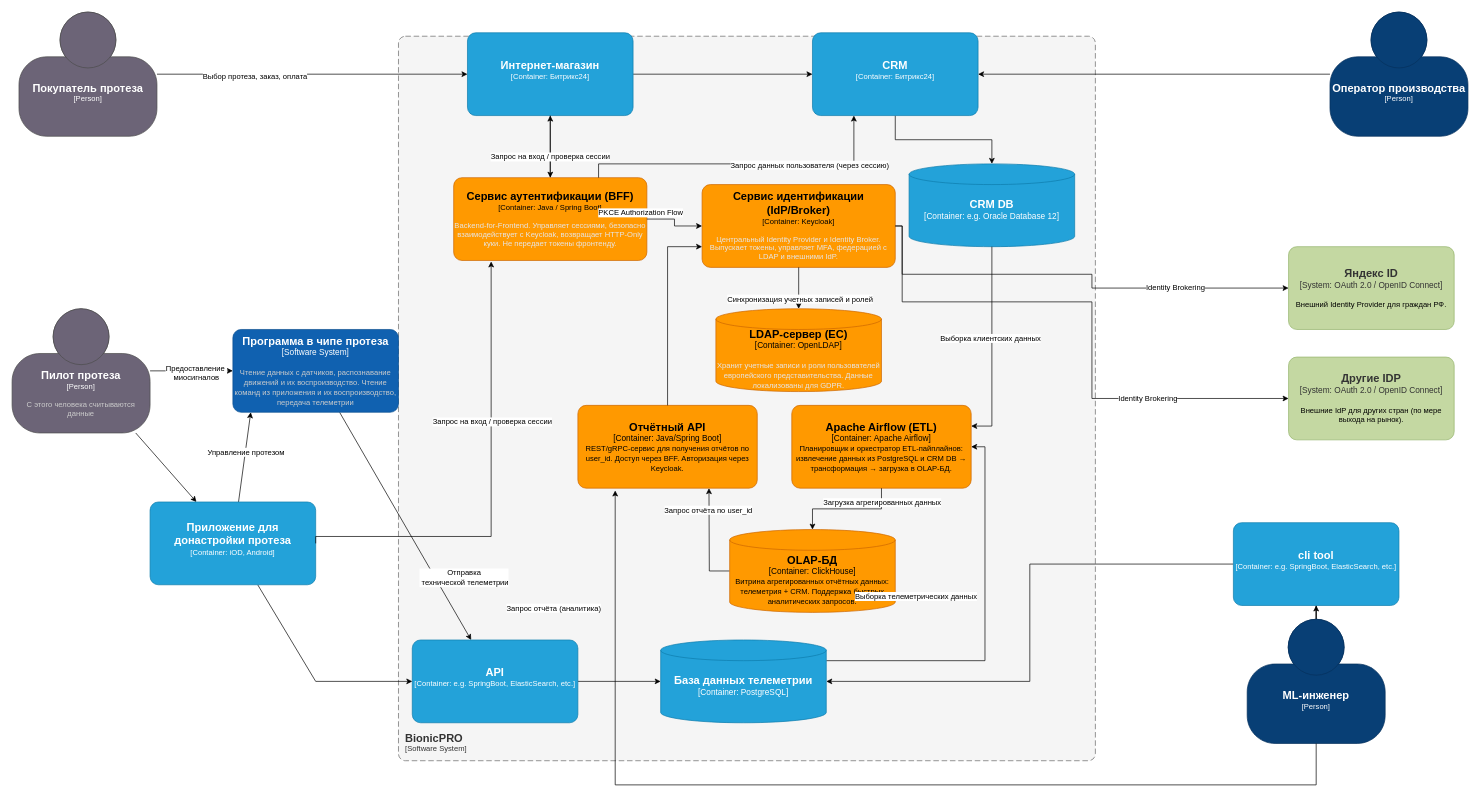
This is task2/BionicPRO_C4_Airflow.drawio from vgarmash/swa-21_architecture-pro-bionicpro-sprint9, a draw.io file, before an edit. Source tidied: cells renumbered, new cells numbered last; positions are measured from the earlier drawing's top-left corner, leaving out a move shared by most shapes. Both pictures are drawn from the tidied source at 69%, with x=0, y=0 at pixel (12, 12).
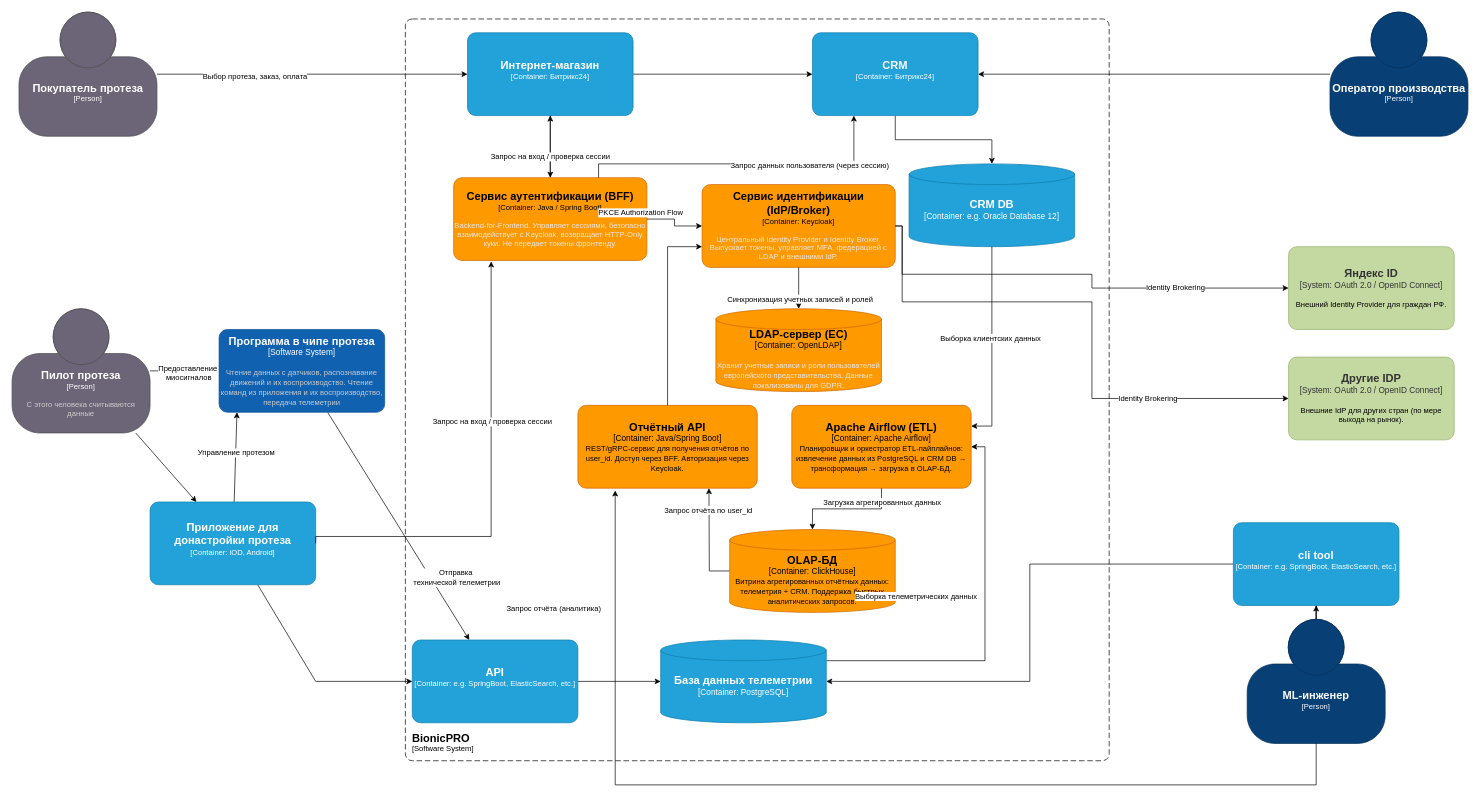
The same diagram, later.

What changed in the source:
```diff
@@
     <object id="2" label="&lt;font style=&quot;font-size: 16px&quot;&gt;&lt;b&gt;&lt;div style=&quot;text-align: left&quot;&gt;%c4Name%&lt;/div&gt;&lt;/b&gt;&lt;/font&gt;&lt;div style=&quot;text-align: left&quot;&gt;[%c4Application%]&lt;/div&gt;" c4Application="Software System" c4Name="BionicPRO" placeholders="1">
-      <mxCell style="rounded=1;fontSize=11;whiteSpace=wrap;html=1;dashed=1;arcSize=20;fillColor=#f5f5f5;strokeColor=#666666;labelBackgroundColor=none;align=left;verticalAlign=bottom;labelBorderColor=none;spacingTop=0;spacing=10;dashPattern=8 4;perimeter=rectanglePerimeter;noLabel=0;labelPadding=0;absoluteArcSize=1;fontColor=#333333;" parent="1" vertex="1">
-        <mxGeometry x="560" y="35" width="1010" height="1050" as="geometry" />
+      <mxCell style="rounded=1;fontSize=11;whiteSpace=wrap;html=1;dashed=1;arcSize=20;labelBackgroundColor=none;align=left;verticalAlign=bottom;labelBorderColor=none;spacingTop=0;spacing=10;dashPattern=8 4;perimeter=rectanglePerimeter;noLabel=0;labelPadding=0;absoluteArcSize=1;" parent="1" vertex="1">
+        <mxGeometry x="570" y="10" width="1020" height="1075" as="geometry" />
       </mxCell>
     </object>
@@
     <object id="9" label="&lt;font style=&quot;font-size: 16px&quot;&gt;&lt;b&gt;%c4Name%&lt;/b&gt;&lt;/font&gt;&lt;div&gt;[%c4Type%]&lt;/div&gt;&lt;br&gt;&lt;div&gt;&lt;font style=&quot;font-size: 11px&quot;&gt;&lt;font color=&quot;#cccccc&quot;&gt;%c4Description%&lt;/font&gt;&lt;/div&gt;" c4Description="Чтение данных с датчиков, распознавание движений и их воспроизводство. Чтение команд из приложения и их воспроизводство, передача телеметрии" c4Name="Программа в чипе протеза" c4Type="Software System" placeholders="1">
       <mxCell style="rounded=1;whiteSpace=wrap;html=1;labelBackgroundColor=none;fillColor=#1061B0;fontColor=#ffffff;align=center;arcSize=10;strokeColor=#0D5091;points=[[0.25,0,0],[0.5,0,0],[0.75,0,0],[1,0.25,0],[1,0.5,0],[1,0.75,0],[0.75,1,0],[0.5,1,0],[0.25,1,0],[0,0.75,0],[0,0.5,0],[0,0.25,0]];" parent="1" vertex="1">
-        <mxGeometry x="320" y="460" width="240" height="120" as="geometry" />
+        <mxGeometry x="300" y="460" width="240" height="120" as="geometry" />
       </mxCell>
     </object>
```
